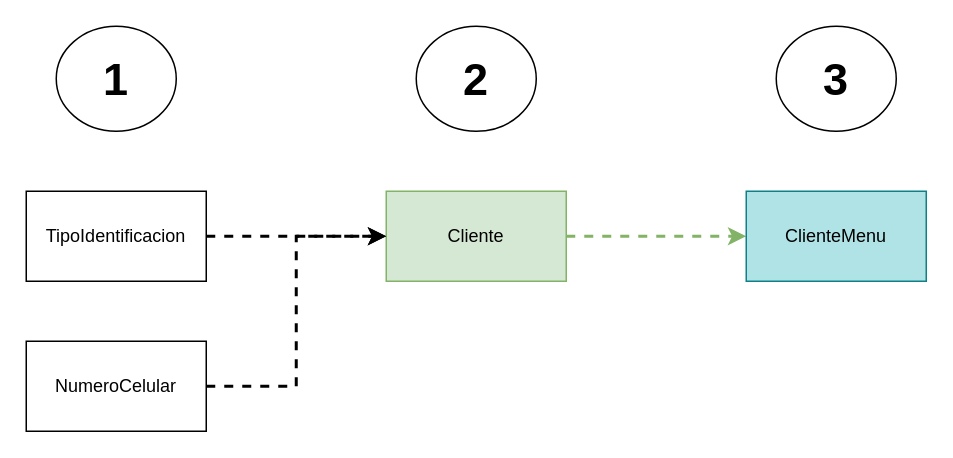
The draw.io diagram page "Flujo Eventos Clientes" (10 of 12) of Restaurante_Disenio.drawio in andrescardo98/doo, before the edit. Source tidied: cells renumbered, new cells numbered last; positions are measured from the earlier drawing's top-left corner, leaving out a move shared by most shapes. Both pictures are drawn from the tidied source at 150%, with x=0, y=0 at pixel (26, 26).
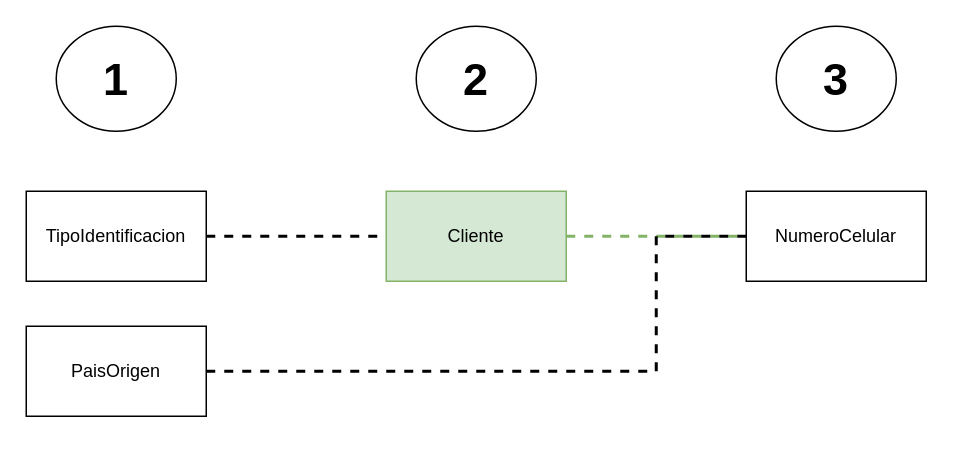
The same page after the edit.

Change to the diagram source:
```diff
@@
 <mxGraphModel>
   <root>
     <mxCell id="0" />
     <mxCell id="1" parent="0" />
     <mxCell id="2" value="&lt;b&gt;&lt;font style=&quot;font-size: 30px;&quot;&gt;1&lt;/font&gt;&lt;/b&gt;" style="ellipse;whiteSpace=wrap;html=1;" parent="1" vertex="1">
       <mxGeometry x="20" width="80" height="70" as="geometry" />
     </mxCell>
     <mxCell id="3" value="&lt;b&gt;&lt;font style=&quot;font-size: 30px;&quot;&gt;2&lt;/font&gt;&lt;/b&gt;" style="ellipse;whiteSpace=wrap;html=1;" parent="1" vertex="1">
       <mxGeometry x="260" width="80" height="70" as="geometry" />
     </mxCell>
     <mxCell id="4" value="&lt;b&gt;&lt;font style=&quot;font-size: 30px;&quot;&gt;3&lt;/font&gt;&lt;/b&gt;" style="ellipse;whiteSpace=wrap;html=1;" parent="1" vertex="1">
       <mxGeometry x="500" width="80" height="70" as="geometry" />
     </mxCell>
-    <mxCell id="5" style="edgeStyle=orthogonalEdgeStyle;rounded=0;jettySize=auto;html=1;exitX=1;exitY=0.5;exitDx=0;exitDy=0;entryX=0;entryY=0.5;entryDx=0;entryDy=0;fillColor=#d5e8d4;strokeColor=#82b366;strokeWidth=2;dashed=1;" parent="1" edge="1" source="6" target="11">
-      <mxGeometry relative="1" as="geometry" />
-    </mxCell>
+    <mxCell id="12" style="edgeStyle=orthogonalEdgeStyle;rounded=0;jettySize=auto;html=1;exitX=1;exitY=0.5;exitDx=0;exitDy=0;entryX=0;entryY=0.5;entryDx=0;entryDy=0;strokeWidth=2;endArrow=none;endFill=0;dashed=1;fillColor=#d5e8d4;strokeColor=#82b366;" parent="1" edge="1" source="6" target="10">
+      <mxGeometry relative="1" as="geometry" />
+    </mxCell>
     <mxCell id="6" value="Cliente" style="rounded=0;whiteSpace=wrap;html=1;fillColor=#d5e8d4;strokeColor=#82b366;" parent="1" vertex="1">
       <mxGeometry x="240" y="110" width="120" height="60" as="geometry" />
     </mxCell>
-    <mxCell id="7" style="edgeStyle=orthogonalEdgeStyle;rounded=0;jettySize=auto;html=1;exitX=1;exitY=0.5;exitDx=0;exitDy=0;dashed=1;strokeWidth=2;" parent="1" edge="1" source="8" target="6">
+    <mxCell id="7" style="edgeStyle=orthogonalEdgeStyle;rounded=0;jettySize=auto;html=1;exitX=1;exitY=0.5;exitDx=0;exitDy=0;entryX=0;entryY=0.5;entryDx=0;entryDy=0;endArrow=none;endFill=0;dashed=1;strokeWidth=2;" parent="1" edge="1" source="8" target="6">
       <mxGeometry relative="1" as="geometry" />
     </mxCell>
     <mxCell id="8" value="TipoIdentificacion" style="rounded=0;whiteSpace=wrap;html=1;" parent="1" vertex="1">
       <mxGeometry y="110" width="120" height="60" as="geometry" />
     </mxCell>
-    <mxCell id="9" style="edgeStyle=orthogonalEdgeStyle;rounded=0;jettySize=auto;html=1;exitX=1;exitY=0.5;exitDx=0;exitDy=0;entryX=0;entryY=0.5;entryDx=0;entryDy=0;dashed=1;strokeWidth=2;" parent="1" edge="1" source="10" target="6">
-      <mxGeometry relative="1" as="geometry" />
-    </mxCell>
     <mxCell id="10" value="NumeroCelular" style="rounded=0;whiteSpace=wrap;html=1;" parent="1" vertex="1">
-      <mxGeometry y="210" width="120" height="60" as="geometry" />
+      <mxGeometry x="480" y="110" width="120" height="60" as="geometry" />
     </mxCell>
-    <mxCell id="11" value="ClienteMenu" style="rounded=0;whiteSpace=wrap;html=1;fillColor=#B0E3E6;strokeColor=#0e8088;" parent="1" vertex="1">
-      <mxGeometry x="480" y="110" width="120" height="60" as="geometry" />
-    </mxCell>
+    <mxCell id="13" style="edgeStyle=orthogonalEdgeStyle;rounded=0;jettySize=auto;html=1;exitX=1;exitY=0.5;exitDx=0;exitDy=0;entryX=0;entryY=0.5;entryDx=0;entryDy=0;endArrow=none;endFill=0;dashed=1;strokeWidth=2;" parent="1" edge="1" source="14" target="10">
+      <mxGeometry relative="1" as="geometry">
+        <Array as="points">
+          <mxPoint x="420" y="230" />
+          <mxPoint x="420" y="140" />
+        </Array>
+      </mxGeometry>
+    </mxCell>
+    <mxCell id="14" value="PaisOrigen" style="rounded=0;whiteSpace=wrap;html=1;" parent="1" vertex="1">
+      <mxGeometry y="200" width="120" height="60" as="geometry" />
+    </mxCell>
   </root>
 </mxGraphModel>
```
